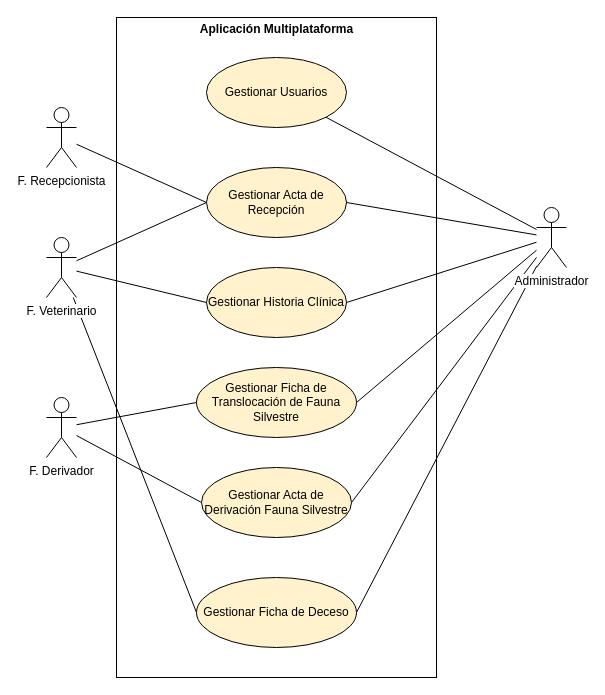
The draw.io diagram page "DCUGeneral" (1 of 12) of CEA Proyect/Diagramas&Diseños/Diagramas.drawio in ludwingx/AppCEA, before the edit. Source tidied: cells renumbered, new cells numbered last; positions are measured from the earlier drawing's top-left corner, leaving out a move shared by most shapes. Both pictures are drawn from the tidied source at 100%, with x=0, y=0 at pixel (46, 17).
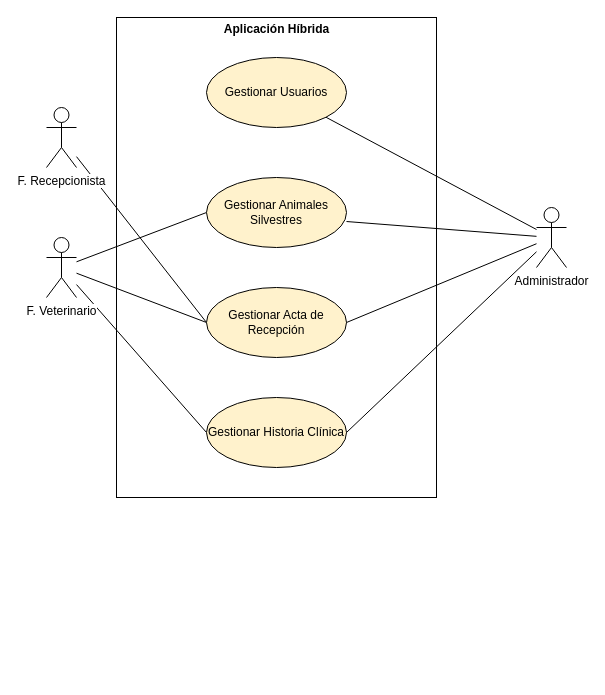
After the change.

The change refers to these unchanged cells:
```xml
<mxCell id="9" value="F. Veterinario" style="shape=umlActor;verticalLabelPosition=bottom;verticalAlign=top;html=1;outlineConnect=0;labelBackgroundColor=default;" parent="1" vertex="1">
  <mxGeometry y="220" width="30" height="60" as="geometry" />
</mxCell>
<mxCell id="21" value="Administrador" style="shape=umlActor;verticalLabelPosition=bottom;verticalAlign=top;html=1;outlineConnect=0;labelBackgroundColor=#FFFFFF;" parent="1" vertex="1">
  <mxGeometry x="490" y="190" width="30" height="60" as="geometry" />
</mxCell>
```

Diff of the diagram source:
```diff
@@
-    <mxCell id="2" value="&lt;b style=&quot;&quot;&gt;Aplicación Multiplataforma&lt;/b&gt;" style="html=1;labelPosition=center;verticalLabelPosition=top;align=center;verticalAlign=bottom;spacingBottom=-21;" parent="1" vertex="1">
-      <mxGeometry x="70" width="320" height="660" as="geometry" />
+    <mxCell id="2" value="&lt;b style=&quot;&quot;&gt;Aplicación Híbrida&lt;/b&gt;" style="html=1;labelPosition=center;verticalLabelPosition=top;align=center;verticalAlign=bottom;spacingBottom=-21;" parent="1" vertex="1">
+      <mxGeometry x="70" width="320" height="480" as="geometry" />
     </mxCell>
-    <mxCell id="3" style="rounded=0;jettySize=auto;html=1;entryX=0;entryY=0.5;entryDx=0;entryDy=0;endArrow=none;endFill=0;" parent="1" edge="1" source="5" target="14">
-      <mxGeometry relative="1" as="geometry" />
-    </mxCell>
-    <mxCell id="4" style="edgeStyle=none;rounded=0;jettySize=auto;html=1;entryX=0;entryY=0.5;entryDx=0;entryDy=0;endArrow=none;endFill=0;" parent="1" edge="1" source="5" target="23">
-      <mxGeometry relative="1" as="geometry" />
-    </mxCell>
-    <mxCell id="5" value="F. Derivador" style="shape=umlActor;verticalLabelPosition=bottom;verticalAlign=top;html=1;" parent="1" vertex="1">
-      <mxGeometry y="380" width="30" height="60" as="geometry" />
-    </mxCell>
@@
-    <mxCell id="7" style="edgeStyle=none;rounded=0;jettySize=auto;html=1;entryX=0;entryY=0.5;entryDx=0;entryDy=0;endArrow=none;endFill=0;" parent="1" edge="1" source="9" target="24">
+    <mxCell id="7" style="edgeStyle=none;rounded=0;jettySize=auto;html=1;entryX=0;entryY=0.5;entryDx=0;entryDy=0;endArrow=none;endFill=0;" parent="1" edge="1" source="9" target="25">
       <mxGeometry relative="1" as="geometry" />
     </mxCell>
@@
     <mxCell id="12" value="Gestionar Acta de Recepción" style="ellipse;whiteSpace=wrap;html=1;fillColor=#fff2cc;strokeColor=#000000;" parent="1" vertex="1">
-      <mxGeometry x="160" y="150" width="140" height="70" as="geometry" />
+      <mxGeometry x="160" y="270" width="140" height="70" as="geometry" />
     </mxCell>
     <mxCell id="13" value="Gestionar Historia Clínica" style="ellipse;whiteSpace=wrap;html=1;fillColor=#fff2cc;strokeColor=#000000;" parent="1" vertex="1">
-      <mxGeometry x="160" y="250" width="140" height="70" as="geometry" />
+      <mxGeometry x="160" y="380" width="140" height="70" as="geometry" />
     </mxCell>
-    <mxCell id="14" value="Gestionar Ficha de Translocación de Fauna Silvestre" style="ellipse;whiteSpace=wrap;html=1;fillColor=#fff2cc;strokeColor=#000000;" parent="1" vertex="1">
-      <mxGeometry x="150" y="350" width="160" height="70" as="geometry" />
-    </mxCell>
@@
-    <mxCell id="18" style="edgeStyle=none;rounded=0;jettySize=auto;html=1;entryX=1;entryY=0.5;entryDx=0;entryDy=0;endArrow=none;endFill=0;" parent="1" edge="1" source="21" target="14">
+    <mxCell id="18" style="edgeStyle=none;rounded=0;jettySize=auto;html=1;entryX=1;entryY=0.629;entryDx=0;entryDy=0;endArrow=none;endFill=0;entryPerimeter=0;" parent="1" edge="1" source="21" target="25">
       <mxGeometry relative="1" as="geometry" />
     </mxCell>
-    <mxCell id="19" style="edgeStyle=none;rounded=0;jettySize=auto;html=1;entryX=1;entryY=0.5;entryDx=0;entryDy=0;endArrow=none;endFill=0;" parent="1" edge="1" source="21" target="23">
-      <mxGeometry relative="1" as="geometry" />
-    </mxCell>
-    <mxCell id="20" style="edgeStyle=none;rounded=0;jettySize=auto;html=1;entryX=1;entryY=0.5;entryDx=0;entryDy=0;endArrow=none;endFill=0;" parent="1" edge="1" source="21" target="24">
-      <mxGeometry relative="1" as="geometry" />
-    </mxCell>
@@
-    <mxCell id="23" value="Gestionar Acta de Derivación Fauna Silvestre" style="ellipse;whiteSpace=wrap;html=1;fillColor=#fff2cc;strokeColor=#000000;" parent="1" vertex="1">
-      <mxGeometry x="155" y="450" width="150" height="70" as="geometry" />
-    </mxCell>
-    <mxCell id="24" value="Gestionar Ficha de Deceso" style="ellipse;whiteSpace=wrap;html=1;fillColor=#fff2cc;strokeColor=#000000;" parent="1" vertex="1">
-      <mxGeometry x="150" y="560" width="160" height="70" as="geometry" />
-    </mxCell>
+    <mxCell id="25" value="Gestionar Animales Silvestres" style="ellipse;whiteSpace=wrap;html=1;fillColor=#fff2cc;strokeColor=#000000;" parent="1" vertex="1">
+      <mxGeometry x="160" y="160" width="140" height="70" as="geometry" />
+    </mxCell>
```
